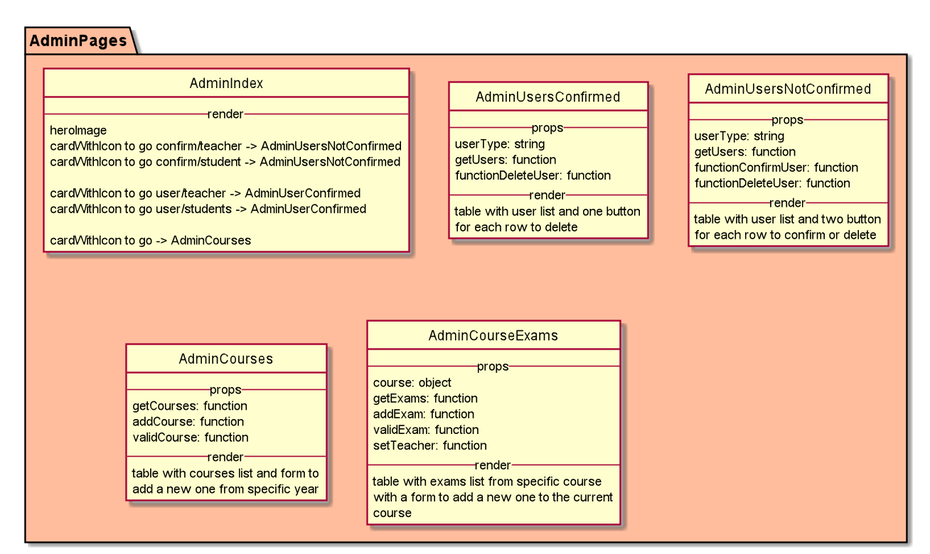
M9k/Marvin-Documentazione---353 keeps this PlantUML diagram as Esterni/ManualeSviluppatore/diagrammi/react/adminpages.png. Above is the earlier version.
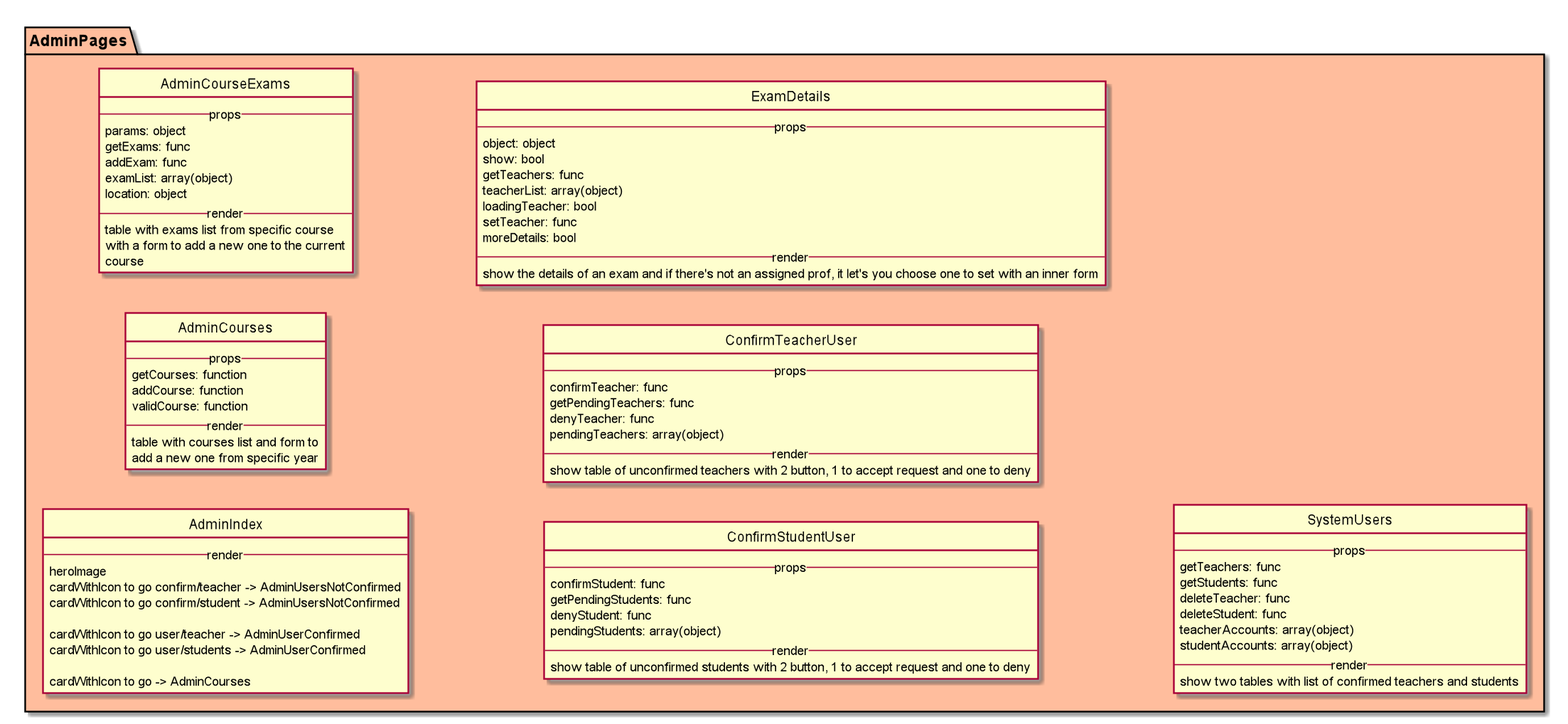
The same file after the commit.

Diff of the diagram source:
```diff
@@ -1,5 +1,15 @@
 @startuml
+
 hide circle
+
+skinparam classAttributeIconSize 0
+
+skinparam linetype ortho
+
+skinparam hide circle
+
+left to right direction
+
 
 package AdminPages #FFBD9D {
 
@@ -15,27 +25,6 @@
     cardWithIcon to go -> AdminCourses
 }
 
-class AdminUsersConfirmed{
-    --props--
-        userType: string
-        getUsers: function
-        functionDeleteUser: function
-    --render--
-        table with user list and one button
-        for each row to delete
-}
-
-class AdminUsersNotConfirmed{
-    --props--
-        userType: string
-        getUsers: function
-        functionConfirmUser: function
-        functionDeleteUser: function
-    --render--
-        table with user list and two button
-        for each row to confirm or delete
-}
-
 class AdminCourses{
     --props--
         getCourses: function
@@ -48,17 +37,65 @@
 
 class AdminCourseExams{
     --props--
-        course: object
-        getExams: function
-        addExam: function
-        validExam: function
-        setTeacher: function
+      params: object
+      getExams: func
+      addExam: func
+      examList: array(object)
+      location: object
     --render--
         table with exams list from specific course
         with a form to add a new one to the current
         course
 }
 
+class ConfirmStudentUser{
+    --props--
+      confirmStudent: func
+      getPendingStudents: func
+      denyStudent: func
+      pendingStudents: array(object)
+    --render--
+       show table of unconfirmed students with 2 button, 1 to accept request and one to deny
 }
 
+class ConfirmTeacherUser{
+    --props--
+      confirmTeacher: func
+      getPendingTeachers: func
+      denyTeacher: func
+      pendingTeachers: array(object)
+    --render--
+       show table of unconfirmed teachers with 2 button, 1 to accept request and one to deny
+}
+
+class ExamDetails{
+    --props--
+      object: object
+      show: bool
+      getTeachers: func
+      teacherList: array(object)
+      loadingTeacher: bool
+      setTeacher: func
+      moreDetails: bool
+    --render--
+      show the details of an exam and if there's not an assigned prof, it let's you choose one to set with an inner form
+}
+
+class SystemUsers{
+    --props--
+      getTeachers: func
+      getStudents: func
+      deleteTeacher: func
+      deleteStudent: func
+      teacherAccounts: array(object)
+      studentAccounts: array(object)
+    --render--
+    show two tables with list of confirmed teachers and students
+}
+
+
+
+}
+
+
 @enduml
```
